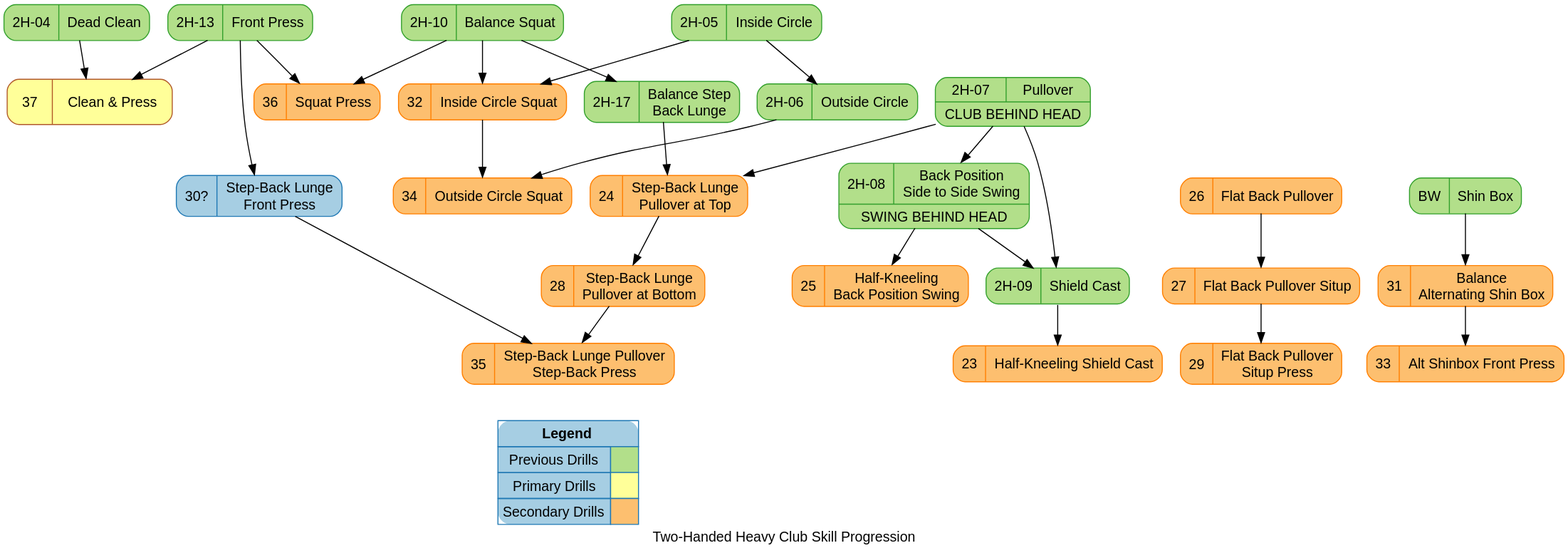
This is dist/hc_2h_progression_2.svg from dznz/wildman-skill-trees, a PlantUML export, as it was before one commit. Its source is kept beside it as src/hc/hc_2h_progression_2.puml.
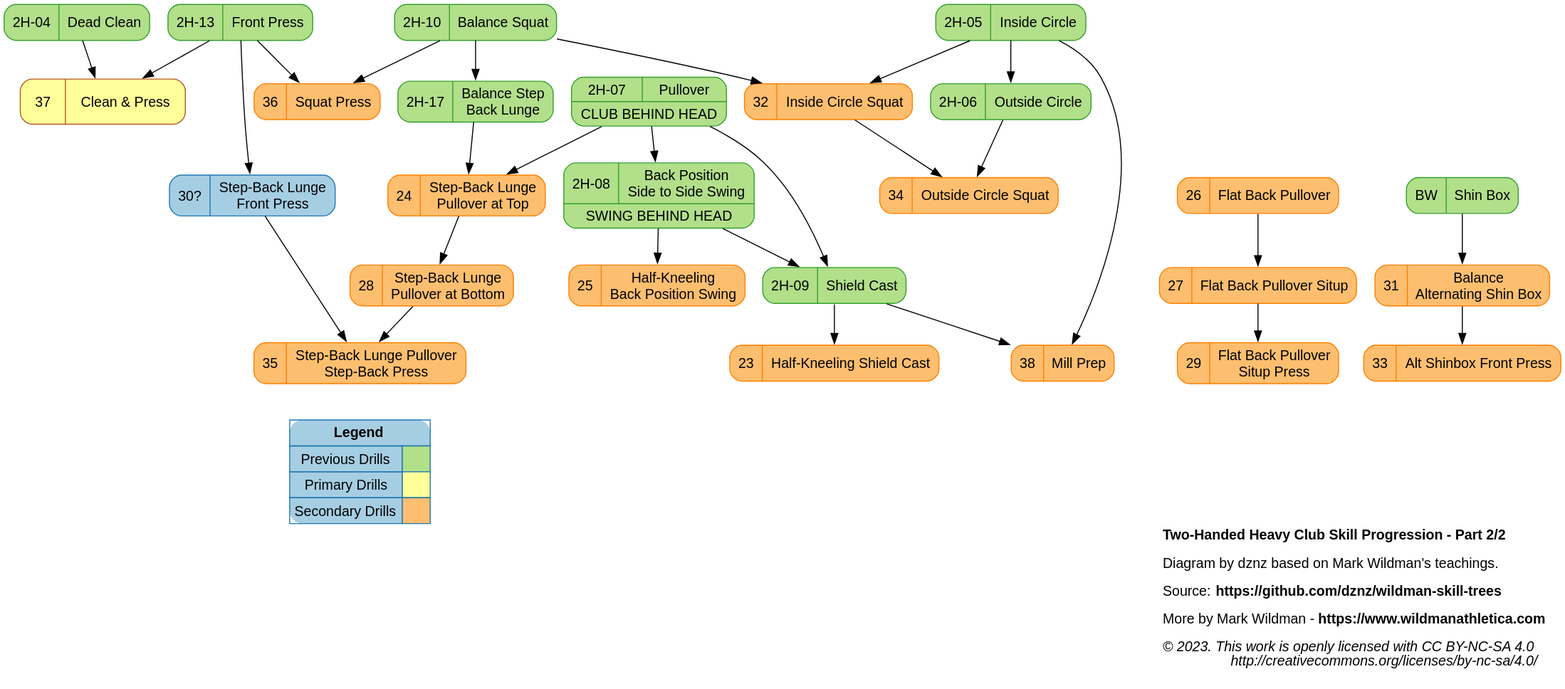
Later version of the same file.

Commit message:
docs(hc_2h_progression): Title with license

What changed in the source:
```diff
@@ -1,11 +1,19 @@
 @startuml
 digraph HC2H {
-  // Two-Handed Heavy Club Skill Progression Diagram © 2023
-  // by dznz using knowledge from Mark Wildman is licensed
-  // under CC BY-NC-SA 4.0
-  // http://creativecommons.org/licenses/by-nc-sa/4.0/
-  label="Two-Handed Heavy Club Skill Progression"
-  fontname="Helvetica,Arial,sans-serif"
+
+  label=<
+<B>Two-Handed Heavy Club Skill Progression - Part 2/2</B><BR ALIGN="LEFT"/><BR ALIGN="LEFT"/>
+Diagram by dznz based on Mark Wildman's teachings.<BR ALIGN="LEFT"/><BR ALIGN="LEFT"/>
+Source: <B>https://github.com/dznz/wildman-skill-trees</B><BR ALIGN="LEFT"/><BR ALIGN="LEFT"/>
+More by Mark Wildman - <B>https://www.wildmanathletica.com</B><BR ALIGN="LEFT"/><BR ALIGN="LEFT"/>
+<I>
+© 2023. This work is openly licensed with CC BY-NC-SA 4.0<BR ALIGN="RIGHT"/>
+http://creativecommons.org/licenses/by-nc-sa/4.0/<BR ALIGN="RIGHT"/>
+</I>
+  >
+  graph [labeljust=r]
+  graph [fontname="Helvetica,Arial,sans-serif"]
+
   node [colorscheme="paired12"]
   node [fontname="Helvetica,Arial,sans-serif"]
   node [shape=record,style="rounded,filled"]
```
